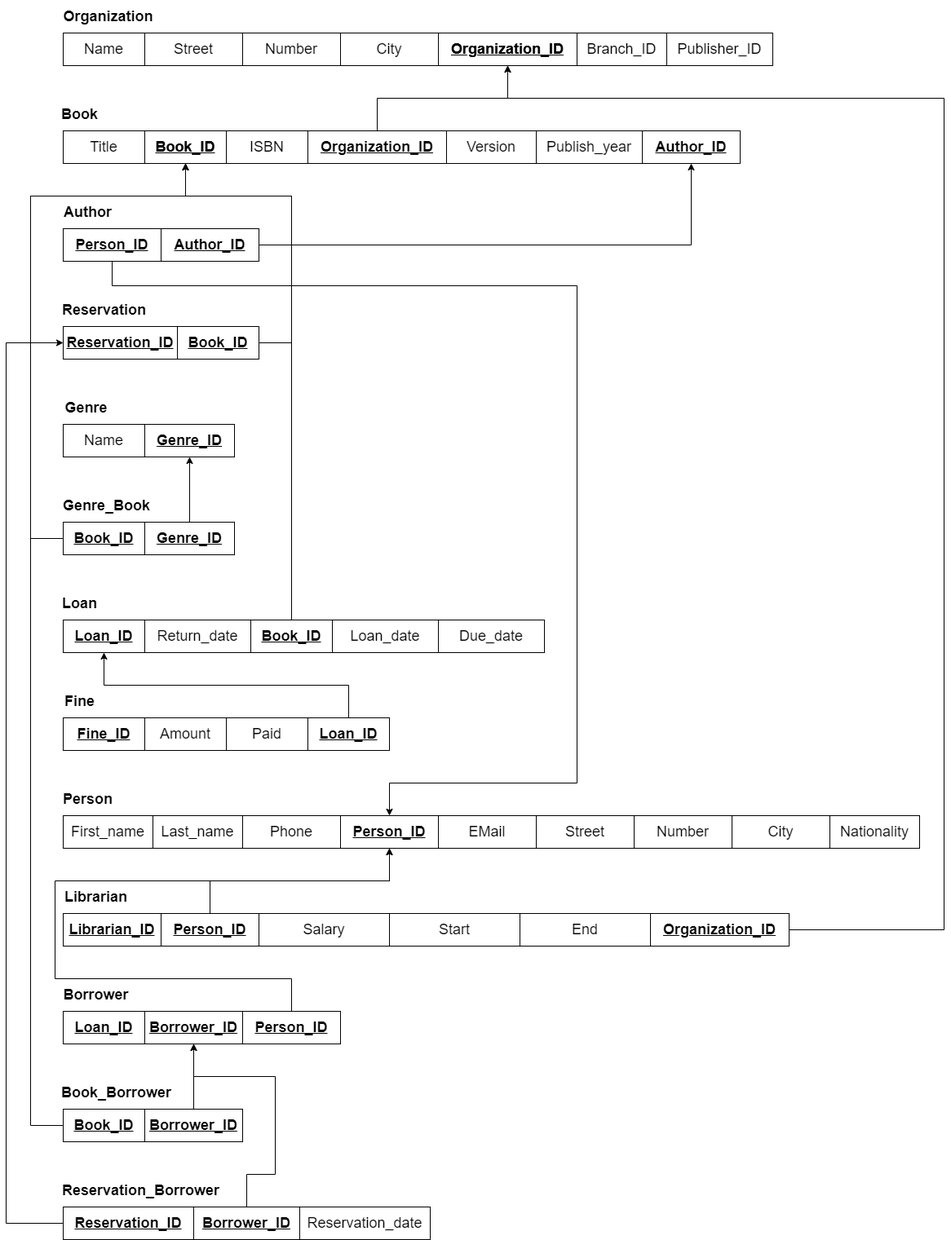
This is Relational_Model/Relational Model - 3NF.png from YouAndMEME/sose23-database, a draw.io export, as it was before one commit. Source tidied: cells renumbered, new cells last; positions are measured from the earlier drawing's top-left corner, leaving out a move shared by most shapes.
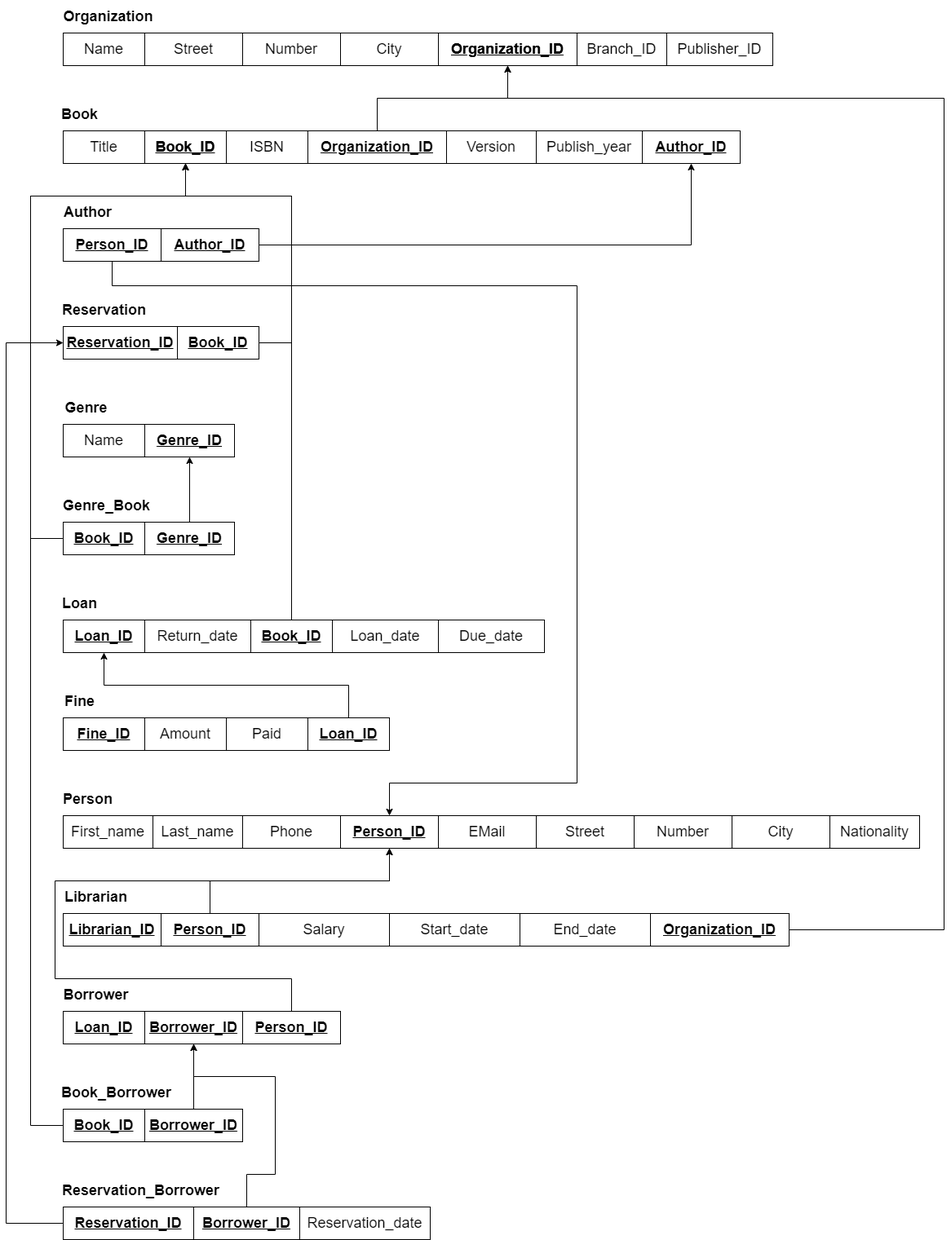
The same file after the commit.

Diff of the diagram source:
```diff
@@ -313,10 +313,10 @@
     <mxCell id="83" value="Salary" style="whiteSpace=wrap;html=1;align=center;strokeColor=default;fontSize=18;fillColor=none;" parent="1" vertex="1">
       <mxGeometry x="310" y="1120" width="160" height="40" as="geometry" />
     </mxCell>
-    <mxCell id="84" value="End" style="whiteSpace=wrap;html=1;align=center;strokeColor=default;fontSize=18;fillColor=none;" parent="1" vertex="1">
+    <mxCell id="84" value="End_date" style="whiteSpace=wrap;html=1;align=center;strokeColor=default;fontSize=18;fillColor=none;" parent="1" vertex="1">
       <mxGeometry x="630" y="1120" width="160" height="40" as="geometry" />
     </mxCell>
-    <mxCell id="85" value="Start" style="whiteSpace=wrap;html=1;align=center;strokeColor=default;fontSize=18;fillColor=none;" parent="1" vertex="1">
+    <mxCell id="85" value="Start_date" style="whiteSpace=wrap;html=1;align=center;strokeColor=default;fontSize=18;fillColor=none;" parent="1" vertex="1">
       <mxGeometry x="470" y="1120" width="160" height="40" as="geometry" />
     </mxCell>
   </root>
```
